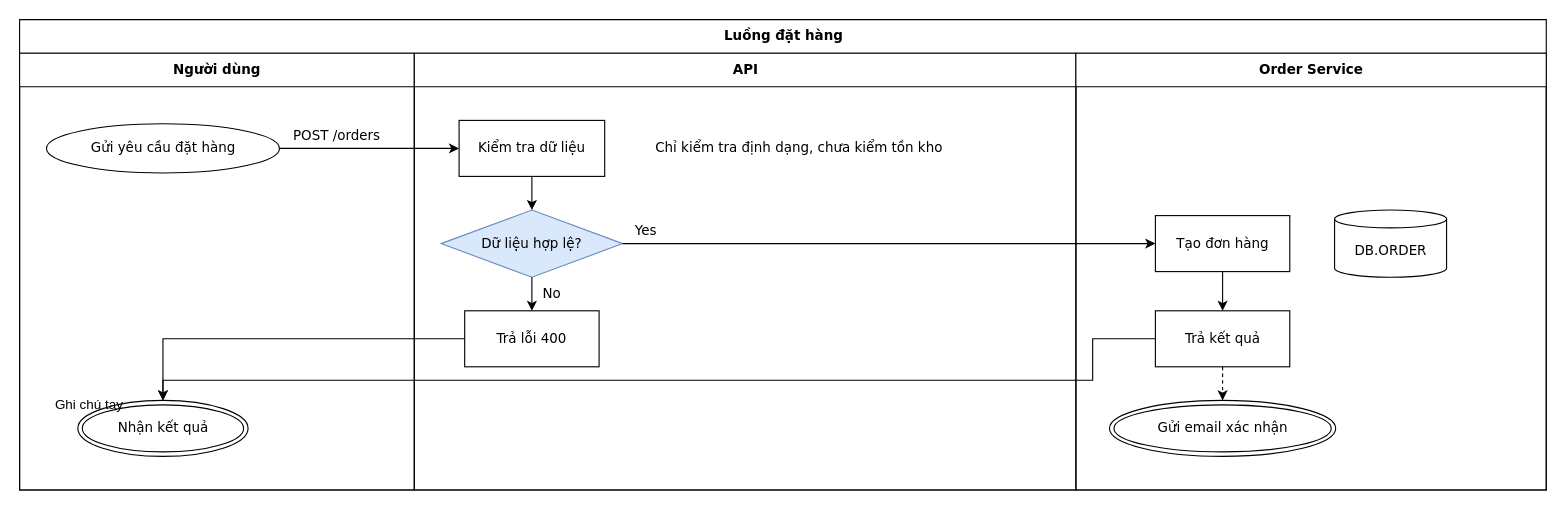
luytbq/flowcast keeps this draw.io diagram as conformance/merge/freehand-note/flow.drawio. Above is the earlier version. Source tidied: cells renumbered, new cells numbered last; positions are measured from the earlier drawing's top-left corner, leaving out a move shared by most shapes. Both pictures are drawn from the tidied source at 112%, with x=0, y=0 at pixel (19, 19).
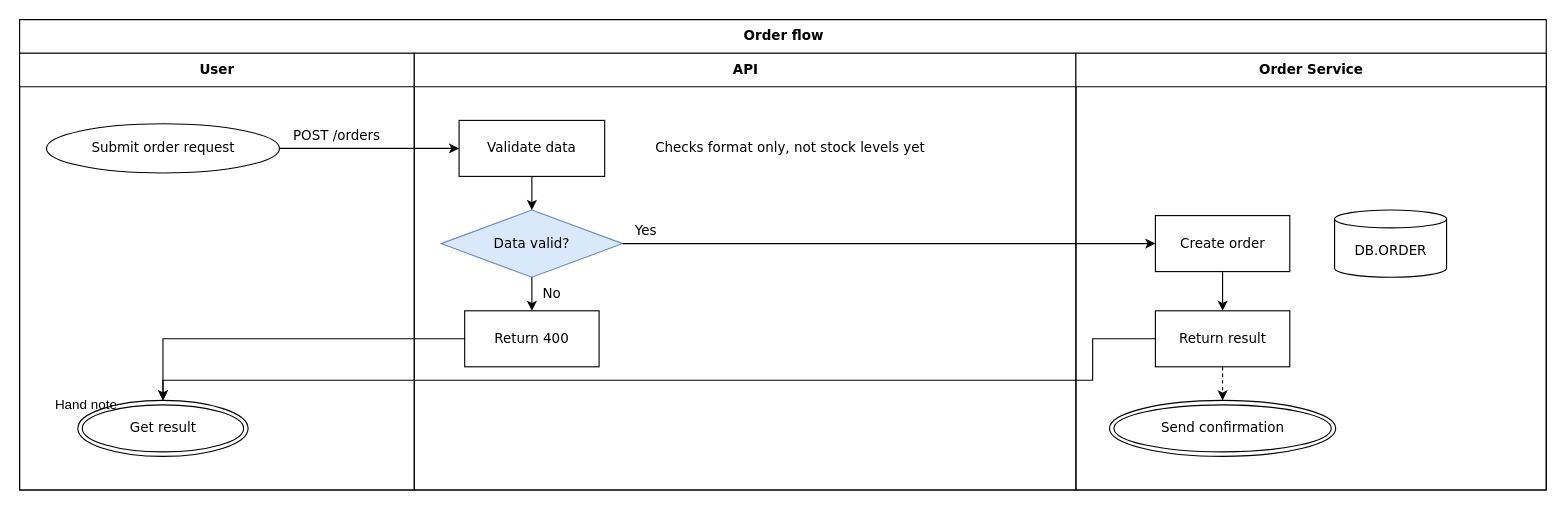
The same page after the edit.

Unchanged cells that the change refers to:
```xml
<mxCell id="4" value="API" style="swimlane;html=1;startSize=30;fontFamily=Verdana;fontSize=12;flowtable=1;" parent="2" vertex="1">
  <mxGeometry x="352.4" y="30" width="590.8" height="390" as="geometry" />
</mxCell>
<mxCell id="5" value="Order Service" style="swimlane;html=1;startSize=30;fontFamily=Verdana;fontSize=12;flowtable=1;" parent="2" vertex="1">
  <mxGeometry x="943.1" y="30" width="420" height="390" as="geometry" />
</mxCell>
```

Change to the diagram source:
```diff
@@
-    <mxCell id="2" value="Luồng đặt hàng" style="swimlane;html=1;startSize=30;fontStyle=1;fontFamily=Verdana;fontSize=12;flowtable=1;" parent="1" vertex="1">
+    <mxCell id="2" value="Order flow" style="swimlane;html=1;startSize=30;fontStyle=1;fontFamily=Verdana;fontSize=12;flowtable=1;" parent="1" vertex="1">
       <mxGeometry width="1363.1" height="420" as="geometry" />
     </mxCell>
-    <mxCell id="3" value="Người dùng" style="swimlane;html=1;startSize=30;fontFamily=Verdana;fontSize=12;flowtable=1;" parent="2" vertex="1">
+    <mxCell id="3" value="User" style="swimlane;html=1;startSize=30;fontFamily=Verdana;fontSize=12;flowtable=1;" parent="2" vertex="1">
       <mxGeometry y="30" width="352.4" height="390" as="geometry" />
     </mxCell>
@@
-    <mxCell id="6" value="Gửi yêu cầu đặt hàng" style="ellipse;html=1;fontFamily=Verdana;fontSize=12;flowtable=1;" parent="3" vertex="1">
+    <mxCell id="6" value="Submit order request" style="ellipse;html=1;fontFamily=Verdana;fontSize=12;flowtable=1;" parent="3" vertex="1">
       <mxGeometry x="24" y="63" width="208" height="44" as="geometry" />
     </mxCell>
-    <mxCell id="7" value="Kiểm tra dữ liệu" style="rounded=0;html=1;fontFamily=Verdana;fontSize=12;flowtable=1;" parent="4" vertex="1">
+    <mxCell id="7" value="Validate data" style="rounded=0;html=1;fontFamily=Verdana;fontSize=12;flowtable=1;" parent="4" vertex="1">
       <mxGeometry x="40" y="60" width="130" height="50" as="geometry" />
     </mxCell>
-    <mxCell id="8" value="Chỉ kiểm tra định dạng, chưa kiểm tồn kho" style="text;html=1;align=left;verticalAlign=middle;spacingLeft=4;fontFamily=Verdana;fontSize=12;flowtable=1;" parent="4" vertex="1">
+    <mxCell id="8" value="Checks format only, not stock levels yet" style="text;html=1;align=left;verticalAlign=middle;spacingLeft=4;fontFamily=Verdana;fontSize=12;flowtable=1;" parent="4" vertex="1">
       <mxGeometry x="210" y="71" width="280" height="28" as="geometry" />
     </mxCell>
-    <mxCell id="9" value="Dữ liệu hợp lệ?" style="rhombus;html=1;fillColor=#dae8fc;strokeColor=#6c8ebf;fontFamily=Verdana;fontSize=12;flowtable=1;" parent="4" vertex="1">
+    <mxCell id="9" value="Data valid?" style="rhombus;html=1;fillColor=#dae8fc;strokeColor=#6c8ebf;fontFamily=Verdana;fontSize=12;flowtable=1;" parent="4" vertex="1">
       <mxGeometry x="24" y="140" width="162" height="60" as="geometry" />
     </mxCell>
-    <mxCell id="10" value="Trả lỗi 400" style="rounded=0;html=1;fontFamily=Verdana;fontSize=12;flowtable=1;" parent="4" vertex="1">
+    <mxCell id="10" value="Return 400" style="rounded=0;html=1;fontFamily=Verdana;fontSize=12;flowtable=1;" parent="4" vertex="1">
       <mxGeometry x="45" y="230" width="120" height="50" as="geometry" />
     </mxCell>
-    <mxCell id="11" value="Tạo đơn hàng" style="rounded=0;html=1;fontFamily=Verdana;fontSize=12;flowtable=1;" parent="5" vertex="1">
+    <mxCell id="11" value="Create order" style="rounded=0;html=1;fontFamily=Verdana;fontSize=12;flowtable=1;" parent="5" vertex="1">
       <mxGeometry x="71" y="145" width="120" height="50" as="geometry" />
     </mxCell>
@@
-    <mxCell id="13" value="Trả kết quả" style="rounded=0;html=1;fontFamily=Verdana;fontSize=12;flowtable=1;" parent="5" vertex="1">
+    <mxCell id="13" value="Return result" style="rounded=0;html=1;fontFamily=Verdana;fontSize=12;flowtable=1;" parent="5" vertex="1">
       <mxGeometry x="71" y="230" width="120" height="50" as="geometry" />
     </mxCell>
-    <mxCell id="14" value="Nhận kết quả" style="shape=doubleEllipse;html=1;fontFamily=Verdana;fontSize=12;flowtable=1;" parent="3" vertex="1">
+    <mxCell id="14" value="Get result" style="shape=doubleEllipse;html=1;fontFamily=Verdana;fontSize=12;flowtable=1;" parent="3" vertex="1">
       <mxGeometry x="52" y="310" width="152" height="50" as="geometry" />
     </mxCell>
-    <mxCell id="15" value="Gửi email xác nhận" style="shape=doubleEllipse;html=1;fontFamily=Verdana;fontSize=12;flowtable=1;" parent="5" vertex="1">
+    <mxCell id="15" value="Send confirmation" style="shape=doubleEllipse;html=1;fontFamily=Verdana;fontSize=12;flowtable=1;" parent="5" vertex="1">
       <mxGeometry x="30" y="310" width="202" height="50" as="geometry" />
     </mxCell>
@@
-    <mxCell id="24" value="Ghi chú tay" style="text;html=1;" parent="2" vertex="1">
+    <mxCell id="24" value="Hand note" style="text;html=1;" parent="2" vertex="1">
       <mxGeometry x="30" y="330" width="120" height="40" as="geometry" />
     </mxCell>
```
